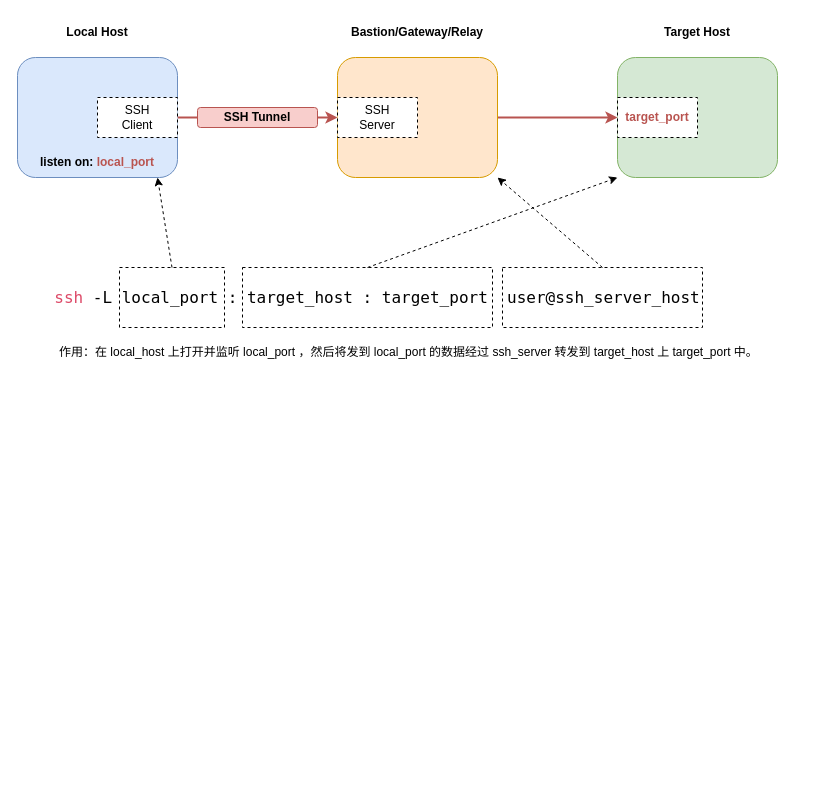
Earlier version of the draw.io diagram ssh_tunnel.drawio (ZiqingYip/moment). Source tidied: cells renumbered, new cells numbered last; positions are measured from the earlier drawing's top-left corner, leaving out a move shared by most shapes. Both pictures are drawn from the tidied source at 100%, with x=0, y=0 at pixel (17, 17).
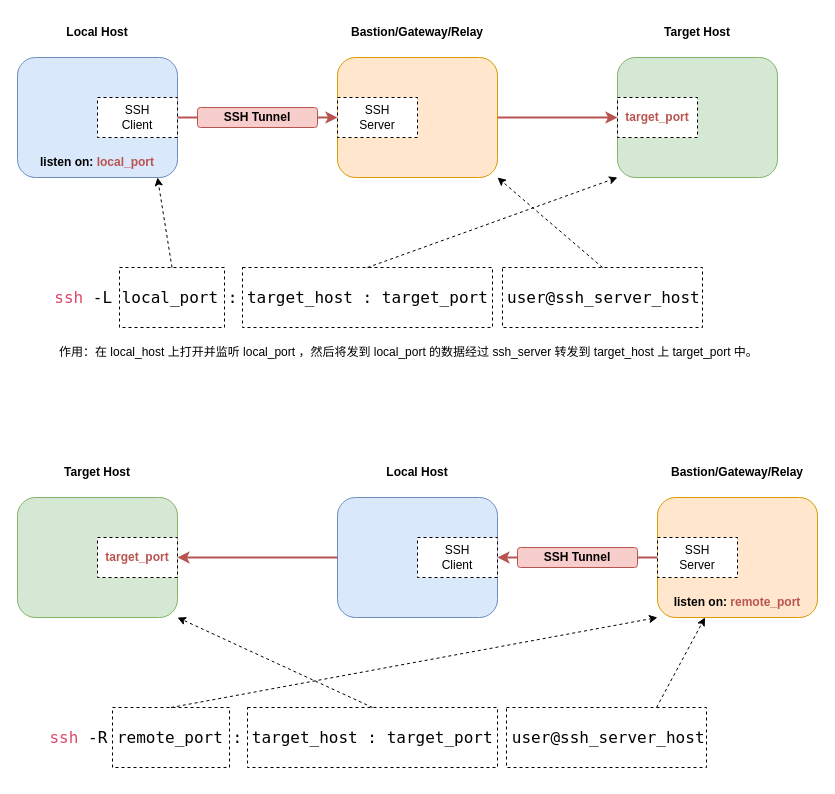
Above is the later version.

The edit, as a diff of the source:
```diff
@@
+    <mxCell id="24" style="rounded=1;whiteSpace=wrap;html=1;fillColor=#dae8fc;strokeColor=#6c8ebf;" parent="1" vertex="1">
+      <mxGeometry x="320" y="480" width="160" height="120" as="geometry" />
+    </mxCell>
+    <mxCell id="25" value="Local Host" style="text;html=1;align=center;verticalAlign=middle;whiteSpace=wrap;rounded=0;fontStyle=1;" parent="1" vertex="1">
+      <mxGeometry x="360" y="440" width="80" height="30" as="geometry" />
+    </mxCell>
+    <mxCell id="26" style="edgeStyle=orthogonalEdgeStyle;rounded=0;jettySize=auto;html=1;exitX=1;exitY=0.5;exitDx=0;exitDy=0;entryX=0;entryY=0.5;entryDx=0;entryDy=0;endArrow=none;endFill=0;fillColor=#f8cecc;strokeColor=#b85450;strokeWidth=2;startArrow=classic;startFill=1;" parent="1" edge="1" source="27" target="30">
+      <mxGeometry relative="1" as="geometry" />
+    </mxCell>
+    <mxCell id="27" value="SSH&lt;div&gt;Client&lt;/div&gt;" style="rounded=0;whiteSpace=wrap;html=1;dashed=1;" parent="1" vertex="1">
+      <mxGeometry x="400" y="520" width="80" height="40" as="geometry" />
+    </mxCell>
+    <mxCell id="28" style="rounded=1;whiteSpace=wrap;html=1;fillColor=#ffe6cc;strokeColor=#d79b00;" parent="1" vertex="1">
+      <mxGeometry x="640" y="480" width="160" height="120" as="geometry" />
+    </mxCell>
+    <mxCell id="29" style="edgeStyle=orthogonalEdgeStyle;rounded=0;jettySize=auto;html=1;exitX=1;exitY=0.5;exitDx=0;exitDy=0;entryX=0;entryY=0.5;entryDx=0;entryDy=0;endArrow=none;endFill=0;fillColor=#f8cecc;strokeColor=#b85450;strokeWidth=2;" parent="1" edge="1" source="30" target="28">
+      <mxGeometry relative="1" as="geometry" />
+    </mxCell>
+    <mxCell id="30" value="SSH Tunnel" style="rounded=1;whiteSpace=wrap;html=1;fontStyle=1;fillColor=#f8cecc;strokeColor=#b85450;" parent="1" vertex="1">
+      <mxGeometry x="500" y="530" width="120" height="20" as="geometry" />
+    </mxCell>
+    <mxCell id="31" value="&lt;span style=&quot;font-weight: normal;&quot;&gt;SSH&lt;/span&gt;&lt;div&gt;&lt;span style=&quot;font-weight: normal;&quot;&gt;Server&lt;/span&gt;&lt;/div&gt;" style="rounded=0;whiteSpace=wrap;html=1;fontStyle=1;dashed=1;" parent="1" vertex="1">
+      <mxGeometry x="640" y="520" width="80" height="40" as="geometry" />
+    </mxCell>
+    <mxCell id="32" value="Bastion/Gateway/Relay" style="text;html=1;align=center;verticalAlign=middle;whiteSpace=wrap;rounded=0;fontStyle=1;" parent="1" vertex="1">
+      <mxGeometry x="650" y="440" width="140" height="30" as="geometry" />
+    </mxCell>
+    <mxCell id="33" value="listen on:&amp;nbsp;&lt;font color=&quot;#b95450&quot;&gt;remote_port&lt;/font&gt;" style="text;html=1;align=center;verticalAlign=middle;whiteSpace=wrap;rounded=0;fontStyle=1;" parent="1" vertex="1">
+      <mxGeometry x="655" y="570" width="130" height="30" as="geometry" />
+    </mxCell>
+    <mxCell id="34" style="rounded=1;whiteSpace=wrap;html=1;fillColor=#d5e8d4;strokeColor=#82b366;" parent="1" vertex="1">
+      <mxGeometry y="480" width="160" height="120" as="geometry" />
+    </mxCell>
+    <mxCell id="35" value="Target Host" style="text;html=1;align=center;verticalAlign=middle;whiteSpace=wrap;rounded=0;fontStyle=1;" parent="1" vertex="1">
+      <mxGeometry x="40" y="440" width="80" height="30" as="geometry" />
+    </mxCell>
+    <mxCell id="36" value="&lt;div&gt;&lt;span style=&quot;color: rgb(185, 84, 80);&quot;&gt;target_port&lt;/span&gt;&lt;/div&gt;" style="rounded=0;whiteSpace=wrap;html=1;fontStyle=1;dashed=1;" parent="1" vertex="1">
+      <mxGeometry x="80" y="520" width="80" height="40" as="geometry" />
+    </mxCell>
+    <mxCell id="37" style="edgeStyle=orthogonalEdgeStyle;rounded=0;jettySize=auto;html=1;exitX=0;exitY=0.5;exitDx=0;exitDy=0;entryX=1;entryY=0.5;entryDx=0;entryDy=0;endArrow=classic;endFill=1;fillColor=#f8cecc;strokeColor=#b85450;strokeWidth=2;" parent="1" edge="1" source="24" target="36">
+      <mxGeometry relative="1" as="geometry" />
+    </mxCell>
+    <mxCell id="38" value="&lt;div&gt;&lt;/div&gt;&lt;div style=&quot;font-size: 16px;&quot; class=&quot;section&quot;&gt;&lt;p style=&quot;text-align:left;line-height:1.5;margin-top:0pt;margin-bottom:0pt;margin-left:0pt;margin-right:0pt&quot; class=&quot;paragraph text-align-type-left&quot;&gt;&lt;span style=&quot;font-family: Monaco; font-weight: normal; font-style: normal; color: rgb(221, 74, 104); letter-spacing: 0pt; vertical-align: baseline;&quot;&gt;ssh&lt;/span&gt;&lt;span style=&quot;font-family: Monaco; font-weight: normal; font-style: normal; color: rgb(0, 0, 0); letter-spacing: 0pt; vertical-align: baseline;&quot;&gt; -R remote_port : target_host : target_port&amp;nbsp; user@ssh_server_host&lt;/span&gt;&lt;/p&gt;&lt;/div&gt;" style="text;html=1;align=center;verticalAlign=middle;whiteSpace=wrap;rounded=0;" parent="1" vertex="1">
+      <mxGeometry x="30" y="680" width="660" height="80" as="geometry" />
+    </mxCell>
+    <mxCell id="39" style="rounded=0;jettySize=auto;html=1;exitX=0.5;exitY=0;exitDx=0;exitDy=0;entryX=0;entryY=1;entryDx=0;entryDy=0;dashed=1;" parent="1" edge="1" source="40" target="28">
+      <mxGeometry relative="1" as="geometry" />
+    </mxCell>
+    <mxCell id="40" style="rounded=0;whiteSpace=wrap;html=1;fillColor=none;dashed=1;" parent="1" vertex="1">
+      <mxGeometry x="95" y="690" width="117" height="60" as="geometry" />
+    </mxCell>
+    <mxCell id="41" style="rounded=0;jettySize=auto;html=1;exitX=0.5;exitY=0;exitDx=0;exitDy=0;dashed=1;entryX=1;entryY=1;entryDx=0;entryDy=0;" parent="1" edge="1" source="42" target="34">
+      <mxGeometry relative="1" as="geometry" />
+    </mxCell>
+    <mxCell id="42" style="rounded=0;whiteSpace=wrap;html=1;fillColor=none;dashed=1;" parent="1" vertex="1">
+      <mxGeometry x="230" y="690" width="250" height="60" as="geometry" />
+    </mxCell>
+    <mxCell id="43" style="rounded=0;jettySize=auto;html=1;exitX=0.75;exitY=0;exitDx=0;exitDy=0;entryX=0.25;entryY=1;entryDx=0;entryDy=0;dashed=1;" parent="1" edge="1" source="44" target="33">
+      <mxGeometry relative="1" as="geometry" />
+    </mxCell>
+    <mxCell id="44" style="rounded=0;whiteSpace=wrap;html=1;fillColor=none;dashed=1;" parent="1" vertex="1">
+      <mxGeometry x="489" y="690" width="200" height="60" as="geometry" />
+    </mxCell>
```
